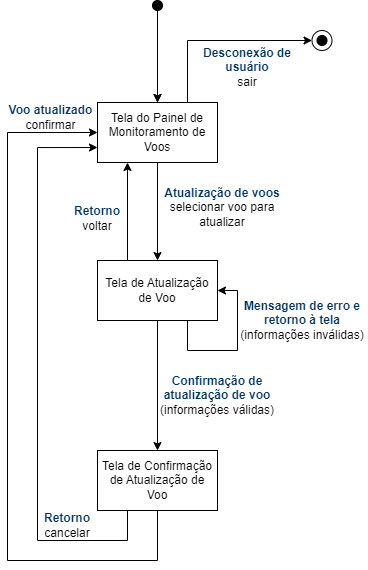
Above: docs/images/diagrama_navegacao_monitoramento.png in franos-pj/PCS3643-Grupo7 (draw.io), before the change. Source tidied: cells renumbered, new cells last; positions are measured from the earlier drawing's top-left corner, leaving out a move shared by most shapes.
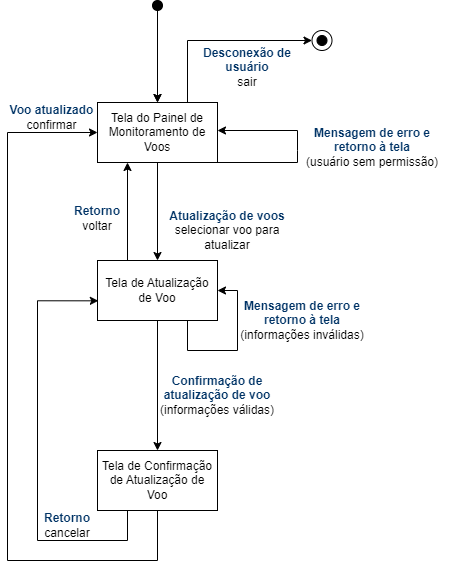
After the change.

The edit, as a diff of the source:
```diff
@@ -47,7 +47,7 @@
       <mxGeometry x="92" y="260" width="120" height="60" as="geometry" />
     </mxCell>
     <mxCell id="15" value="Atualização de voos&lt;br&gt;&lt;font color=&quot;#000000&quot;&gt;&lt;span style=&quot;font-weight: 400;&quot;&gt;selecionar voo para atualizar&lt;/span&gt;&lt;/font&gt;" style="text;html=1;strokeColor=none;fillColor=none;align=center;verticalAlign=middle;whiteSpace=wrap;rounded=0;fontColor=#003366;fontStyle=1;" parent="1" vertex="1">
-      <mxGeometry x="152" y="180" width="130" height="53" as="geometry" />
+      <mxGeometry x="157" y="203" width="130" height="53" as="geometry" />
     </mxCell>
     <mxCell id="16" style="edgeStyle=orthogonalEdgeStyle;rounded=0;jettySize=auto;html=1;exitX=0.5;exitY=1;exitDx=0;exitDy=0;entryX=0;entryY=0.5;entryDx=0;entryDy=0;" parent="1" edge="1" source="17" target="4">
       <mxGeometry relative="1" as="geometry">
@@ -61,12 +61,12 @@
     <mxCell id="17" value="Tela de Confirmação de Atualização de Voo" style="rounded=0;whiteSpace=wrap;html=1;" parent="1" vertex="1">
       <mxGeometry x="92" y="450" width="120" height="60" as="geometry" />
     </mxCell>
-    <mxCell id="18" style="edgeStyle=orthogonalEdgeStyle;rounded=0;jettySize=auto;html=1;exitX=0.25;exitY=1;exitDx=0;exitDy=0;entryX=0;entryY=0.75;entryDx=0;entryDy=0;fontSize=12;fontColor=#000000;" parent="1" edge="1" source="17" target="4">
+    <mxCell id="18" style="edgeStyle=orthogonalEdgeStyle;rounded=0;jettySize=auto;html=1;exitX=0.25;exitY=1;exitDx=0;exitDy=0;fontSize=12;fontColor=#000000;entryX=0.007;entryY=0.672;entryDx=0;entryDy=0;entryPerimeter=0;" parent="1" edge="1" source="17" target="14">
       <mxGeometry relative="1" as="geometry">
         <Array as="points">
           <mxPoint x="122" y="540" />
           <mxPoint x="32" y="540" />
-          <mxPoint x="32" y="147" />
+          <mxPoint x="32" y="300" />
         </Array>
       </mxGeometry>
     </mxCell>
@@ -94,5 +94,18 @@
     <mxCell id="24" value="&lt;b&gt;&lt;font color=&quot;#003366&quot;&gt;Retorno&lt;/font&gt;&lt;/b&gt;&lt;br&gt;voltar" style="text;html=1;strokeColor=none;fillColor=none;align=center;verticalAlign=middle;whiteSpace=wrap;rounded=0;" parent="1" vertex="1">
       <mxGeometry x="62" y="203" width="60" height="30" as="geometry" />
     </mxCell>
+    <mxCell id="25" style="endArrow=classic;html=1;rounded=0;exitX=1;exitY=1;exitDx=0;exitDy=0;" parent="1" edge="1" source="4">
+      <mxGeometry relative="1" as="geometry">
+        <mxPoint x="212" y="130" as="targetPoint" />
+        <Array as="points">
+          <mxPoint x="292" y="162" />
+          <mxPoint x="292" y="150" />
+          <mxPoint x="292" y="130" />
+        </Array>
+      </mxGeometry>
+    </mxCell>
+    <mxCell id="26" value="Mensagem de erro e retorno à tela&lt;br&gt;&lt;font color=&quot;#000000&quot;&gt;&lt;span style=&quot;font-weight: 400;&quot;&gt;(usuário sem permissão)&lt;/span&gt;&lt;/font&gt;" style="text;html=1;strokeColor=none;fillColor=none;align=center;verticalAlign=middle;whiteSpace=wrap;rounded=0;fontColor=#003366;fontStyle=1;" parent="1" vertex="1">
+      <mxGeometry x="287" y="120" width="160" height="53" as="geometry" />
+    </mxCell>
   </root>
 </mxGraphModel>
```
